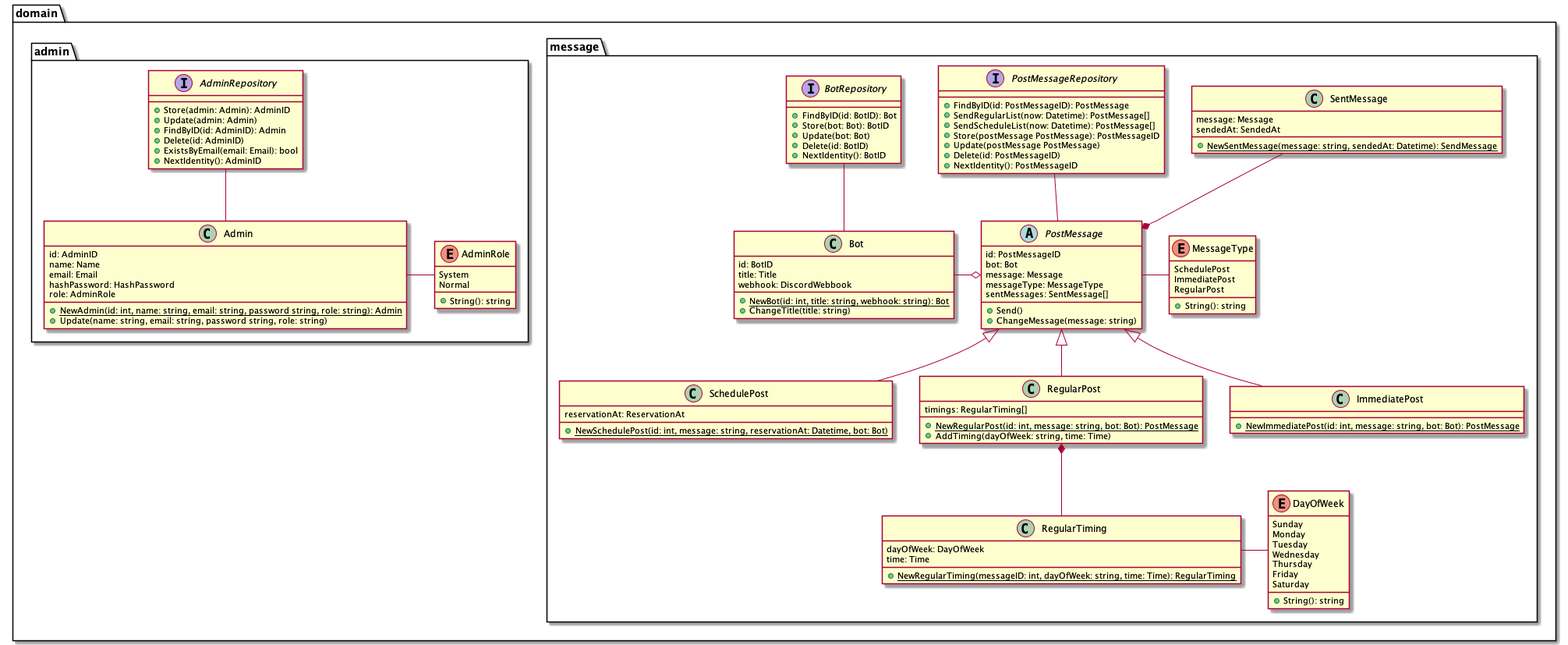
This is diagram/design/class.png from takemo101/dc-scheduler, a PlantUML export, as it was before one commit. Source of this version:
```plantuml
@startuml class

package domain {
    package message {
        class Bot {
            id: BotID
            title: Title
            webhook: DiscordWebbook
            + {static} NewBot(id: int, title: string, webhook: string): Bot
            + ChangeTitle(title: string)
        }

        abstract PostMessage {
            id: PostMessageID
            bot: Bot
            message: Message
            messageType: MessageType
            sentMessages: SentMessage[]
            + Send()
            + ChangeMessage(message: string)
        }

        enum MessageType {
            SchedulePost
            ImmediatePost
            RegularPost
            + String(): string
        }

        class SchedulePost {
            reservationAt: ReservationAt
            + {static} NewSchedulePost(id: int, message: string, reservationAt: Datetime, bot: Bot)
        }

        class RegularPost {
            timings: RegularTiming[]
            + {static} NewRegularPost(id: int, message: string, bot: Bot): PostMessage
            + AddTiming(dayOfWeek: string, time: Time)
        }

        class ImmediatePost {
            + {static} NewImmediatePost(id: int, message: string, bot: Bot): PostMessage
        }

        class RegularTiming {
            dayOfWeek: DayOfWeek
            time: Time
            + {static} NewRegularTiming(messageID: int, dayOfWeek: string, time: Time): RegularTiming
        }

        enum DayOfWeek {
            Sunday
            Monday
            Tuesday
            Wednesday
            Thursday
            Friday
            Saturday
            + String(): string
        }

        class SentMessage {
            message: Message
            sendedAt: SendedAt
            + {static} NewSentMessage(message: string, sendedAt: Datetime): SendMessage
        }

        interface BotRepository {
            + FindByID(id: BotID): Bot
            + Store(bot: Bot): BotID
            + Update(bot: Bot)
            + Delete(id: BotID)
            + NextIdentity(): BotID
        }

        interface PostMessageRepository {
            + FindByID(id: PostMessageID): PostMessage
            + SendRegularList(now: Datetime): PostMessage[]
            + SendScheduleList(now: Datetime): PostMessage[]
            + Store(postMessage PostMessage): PostMessageID
            + Update(postMessage PostMessage)
            + Delete(id: PostMessageID)
            + NextIdentity(): PostMessageID
        }
    }

    package admin {
        class Admin {
            id: AdminID
            name: Name
            email: Email
            hashPassword: HashPassword
            role: AdminRole
            + {static} NewAdmin(id: int, name: string, email: string, password string, role: string): Admin
            + Update(name: string, email: string, password string, role: string)
        }

        enum AdminRole {
            System
            Normal
            + String(): string
        }

        interface AdminRepository {
            + Store(admin: Admin): AdminID
            + Update(admin: Admin)
            + FindByID(id: AdminID): Admin
            + Delete(id: AdminID)
            + ExistsByEmail(email: Email): bool
            + NextIdentity(): AdminID
        }
    }
}

Bot -o PostMessage
PostMessage - MessageType
SentMessage --* PostMessage
PostMessage <|-- ImmediatePost
PostMessage <|-- SchedulePost
PostMessage <|-- RegularPost
RegularPost *-- RegularTiming
RegularTiming - DayOfWeek
Admin - AdminRole

BotRepository -- Bot
PostMessageRepository -- PostMessage
AdminRepository -- Admin

@enduml
```
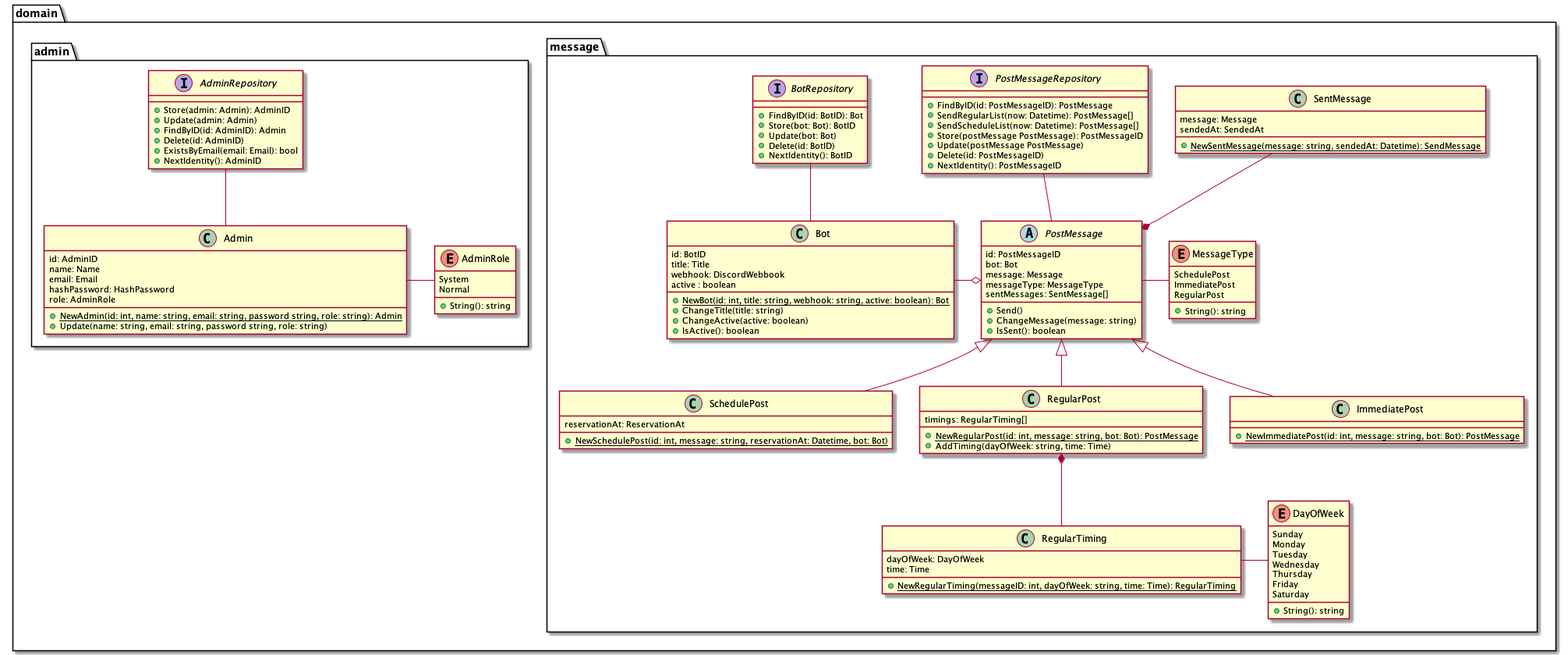
Later version of the same file.

Change to the diagram source:
```diff
@@ -6,8 +6,11 @@
             id: BotID
             title: Title
             webhook: DiscordWebbook
-            + {static} NewBot(id: int, title: string, webhook: string): Bot
+            active : boolean
+            + {static} NewBot(id: int, title: string, webhook: string, active: boolean): Bot
             + ChangeTitle(title: string)
+            + ChangeActive(active: boolean)
+            + IsActive(): boolean
         }
 
         abstract PostMessage {
@@ -18,6 +21,7 @@
             sentMessages: SentMessage[]
             + Send()
             + ChangeMessage(message: string)
+            + IsSent(): boolean
         }
 
         enum MessageType {
```
